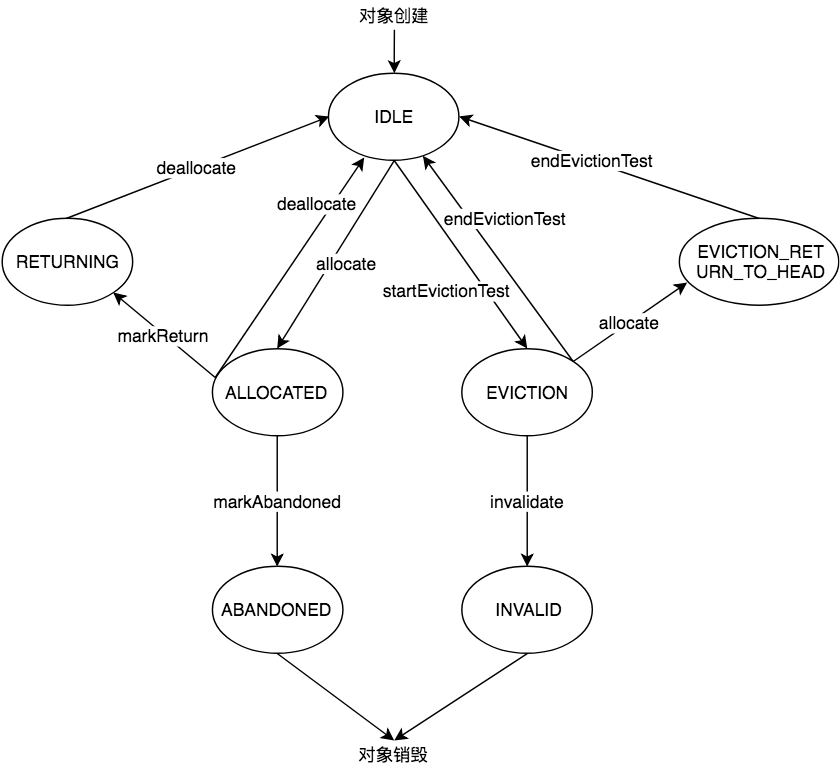
yu000hong/yu000hong.github.io keeps this draw.io diagram as static/image/201904/commons-pool-states.png. Above is the earlier version. Source tidied: cells renumbered, new cells last; positions are measured from the earlier drawing's top-left corner, leaving out a move shared by most shapes.
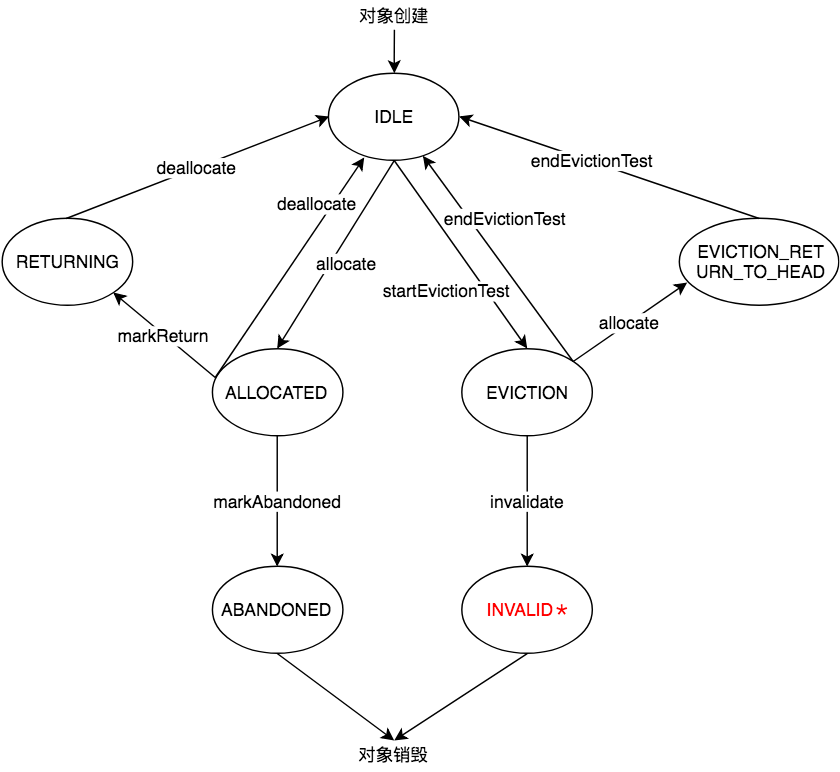
Later version of the same file.

The edit, as a diff of the source:
```diff
@@ -11,7 +11,7 @@
     <mxCell id="4" value="EVICTION" style="ellipse;whiteSpace=wrap;html=1;" parent="1" vertex="1">
       <mxGeometry x="318" y="240" width="90" height="60" as="geometry" />
     </mxCell>
-    <mxCell id="5" value="INVALID" style="ellipse;whiteSpace=wrap;html=1;" parent="1" vertex="1">
+    <mxCell id="5" value="&lt;font color=&quot;#ff0000&quot;&gt;INVALID＊&lt;/font&gt;" style="ellipse;whiteSpace=wrap;html=1;" parent="1" vertex="1">
       <mxGeometry x="318" y="390" width="90" height="60" as="geometry" />
     </mxCell>
     <mxCell id="6" value="RETURNING" style="ellipse;whiteSpace=wrap;html=1;" parent="1" vertex="1">
```
